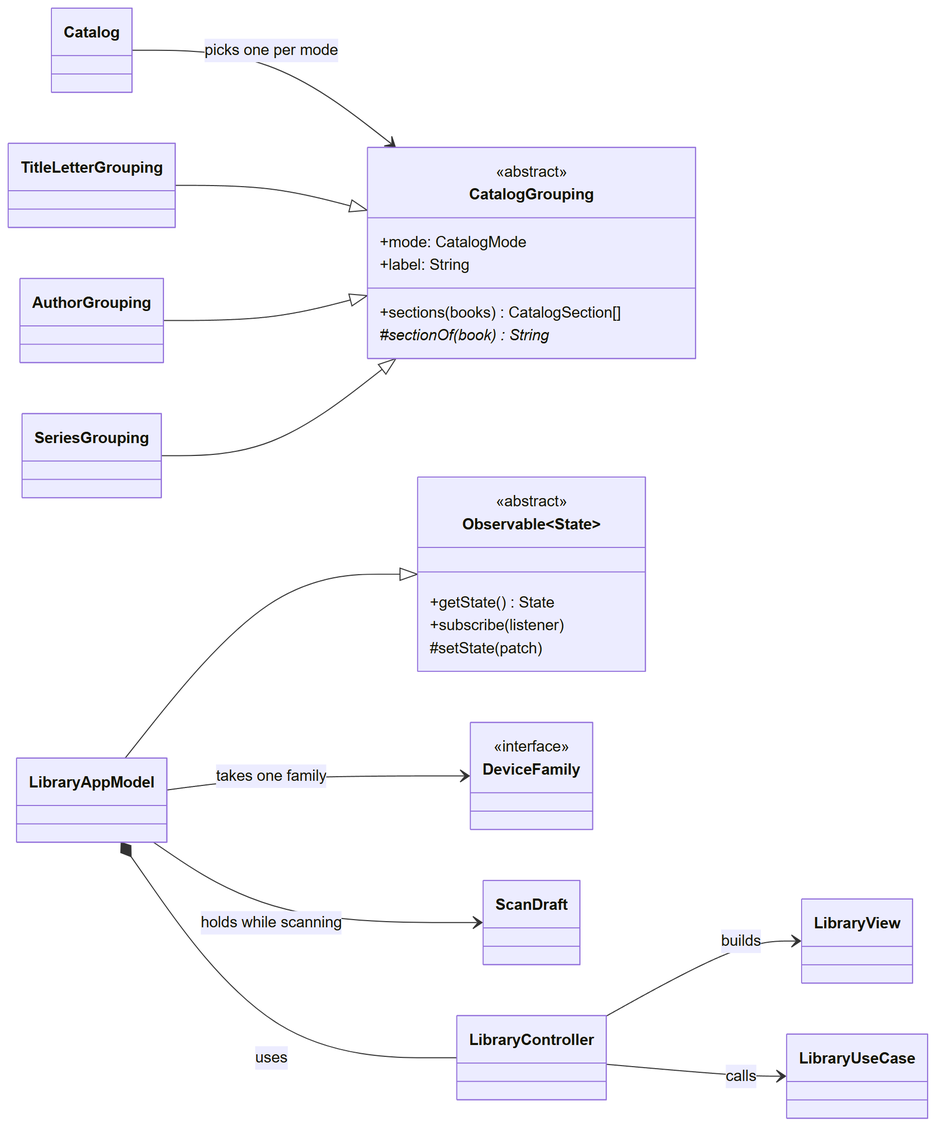
This is docs/design/figures/class-presentation.png from ghechavarria/cen5064-project-hechavarria, a Mermaid export, as it was before one commit. Its source is kept beside it as docs/design/diagrams/class-presentation.mmd.
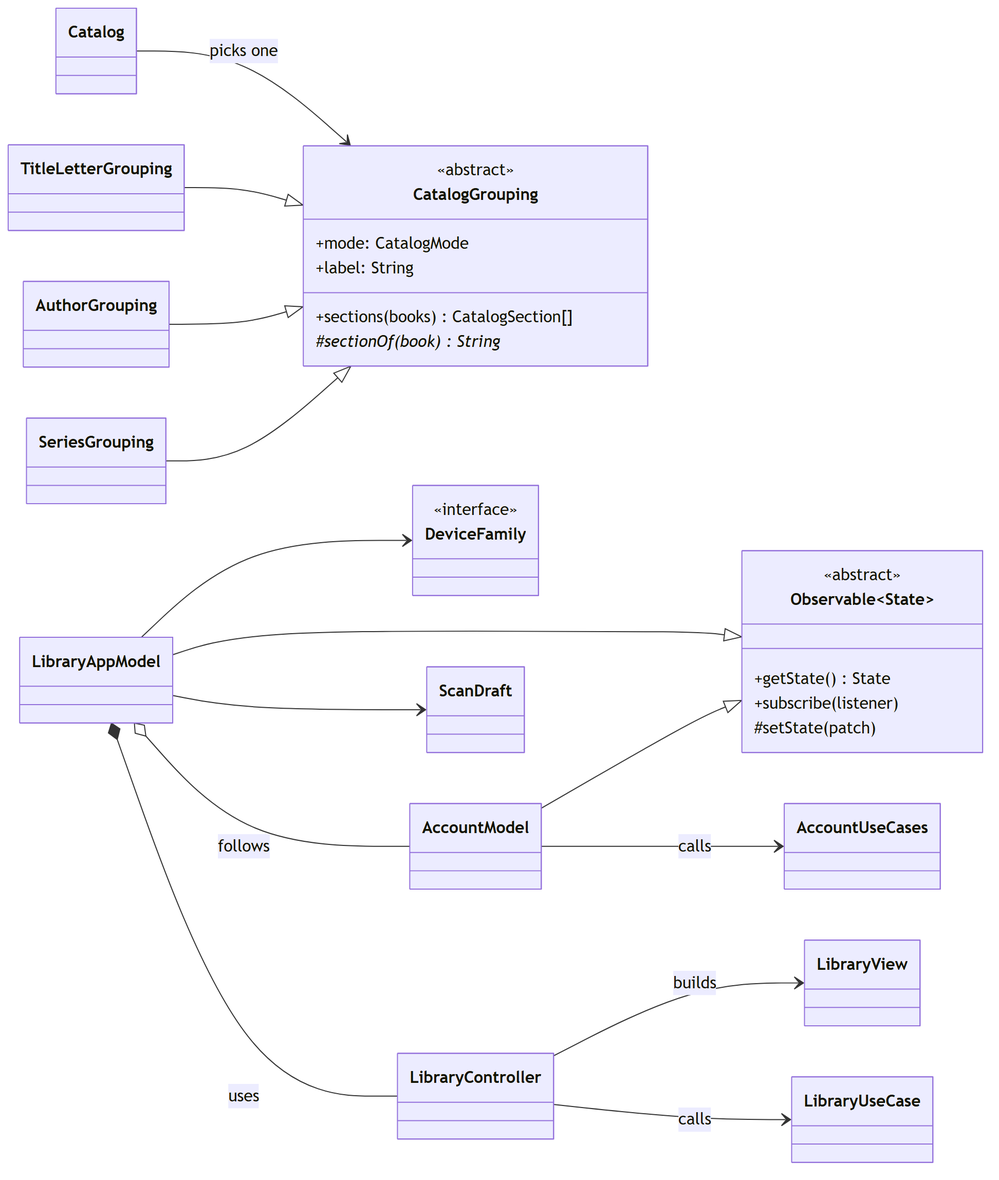
The same diagram one commit later.

Change to the diagram source:
```diff
@@ -17,12 +17,15 @@
         <<interface>>
     }
     LibraryAppModel --|> Observable~State~
-    LibraryAppModel --> DeviceFamily : takes one family
-    LibraryAppModel --> ScanDraft : holds while scanning
+    AccountModel --|> Observable~State~
+    LibraryAppModel o-- AccountModel : follows
+    AccountModel --> AccountUseCases : calls
+    LibraryAppModel --> DeviceFamily
+    LibraryAppModel --> ScanDraft
     LibraryAppModel *-- LibraryController : uses
     LibraryController --> LibraryView : builds
     LibraryController --> LibraryUseCase : calls
-    Catalog --> CatalogGrouping : picks one per mode
+    Catalog --> CatalogGrouping : picks one
     TitleLetterGrouping --|> CatalogGrouping
     AuthorGrouping --|> CatalogGrouping
     SeriesGrouping --|> CatalogGrouping
```
